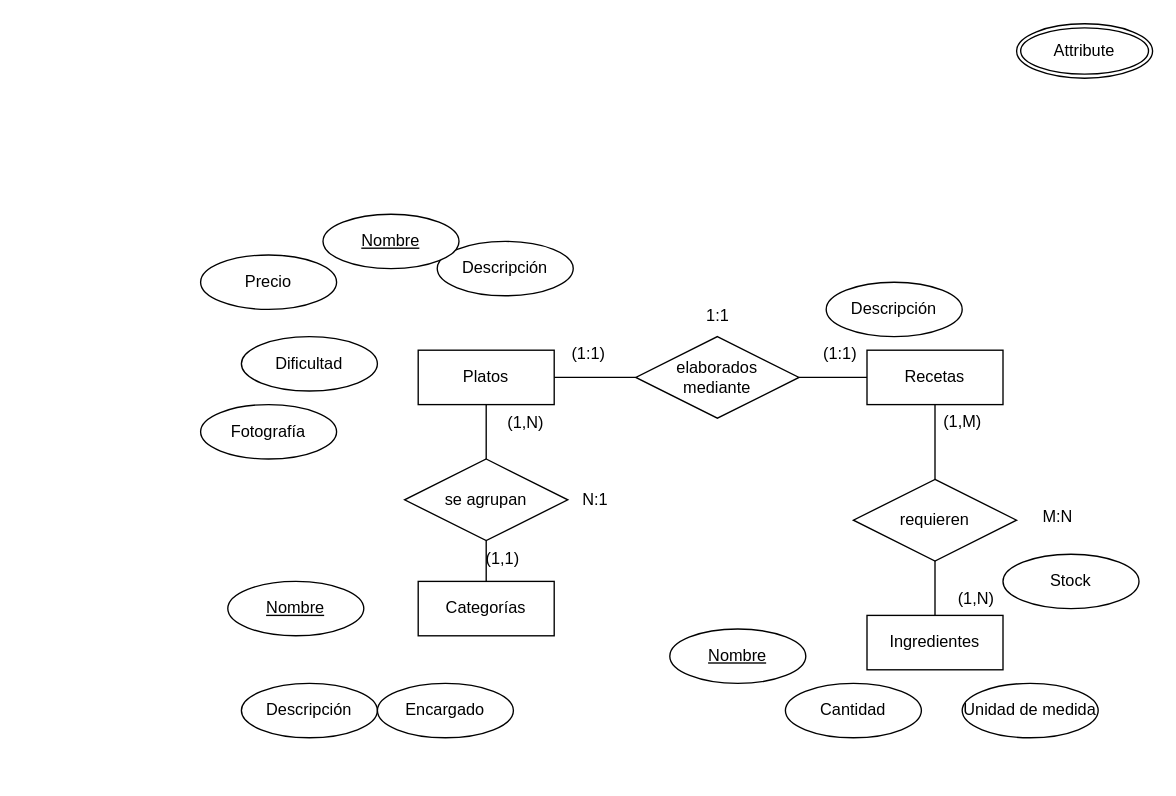
popnoart/popnoart keeps this draw.io diagram as Tarea 02_05 Carta de restaurante.drawio. Above is the earlier version. Source tidied: cells renumbered, new cells numbered last; positions are measured from the earlier drawing's top-left corner, leaving out a move shared by most shapes. Both pictures are drawn from the tidied source at 136%, with x=0, y=0 at pixel (200, 23).
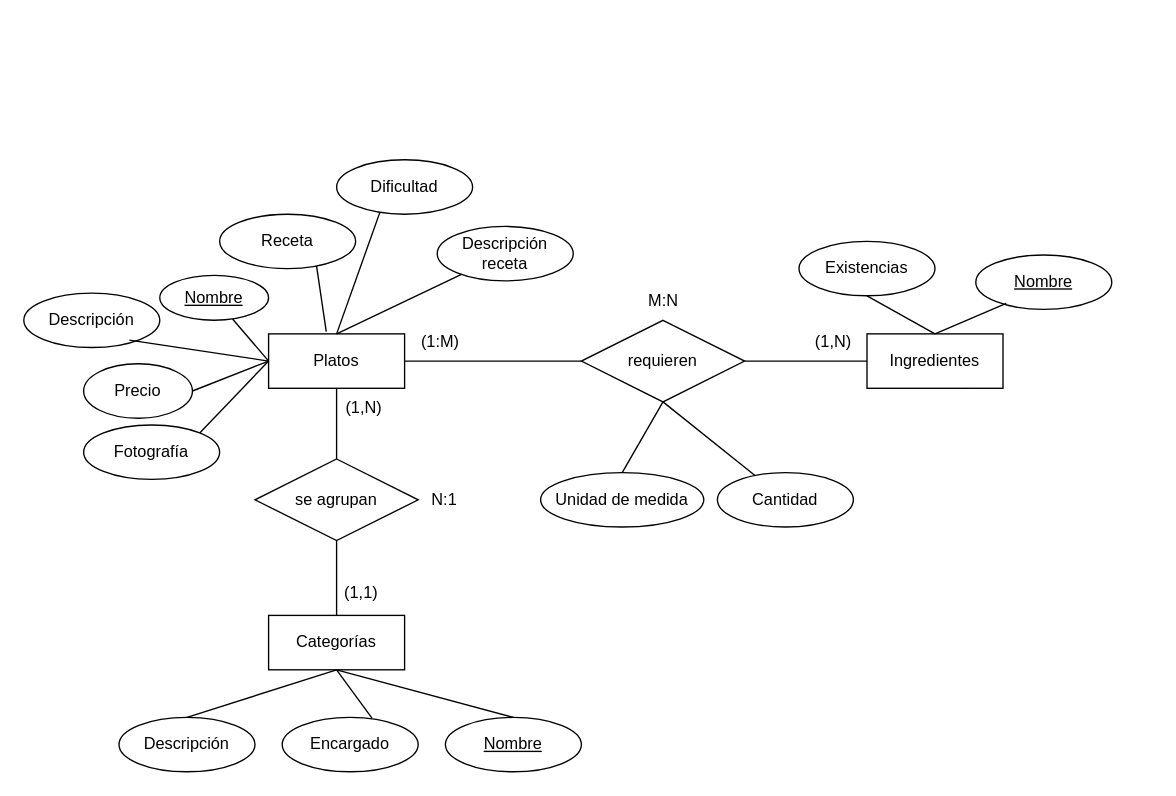
The same page after the edit.

What changed in the source:
```diff
@@
+    <mxCell id="38" style="endArrow=none;html=1;rounded=0;exitX=0.332;exitY=0.87;exitDx=0;exitDy=0;entryX=0.5;entryY=0;entryDx=0;entryDy=0;exitPerimeter=0;" parent="1" edge="1" source="5" target="3">
+      <mxGeometry relative="1" as="geometry" />
+    </mxCell>
+    <mxCell id="39" style="endArrow=none;html=1;rounded=0;entryX=0.712;entryY=0.94;entryDx=0;entryDy=0;exitX=0.424;exitY=-0.04;exitDx=0;exitDy=0;exitPerimeter=0;entryPerimeter=0;" parent="1" edge="1" source="3" target="15">
+      <mxGeometry relative="1" as="geometry" />
+    </mxCell>
@@
     <mxCell id="3" value="Platos" style="whiteSpace=wrap;html=1;align=center;" parent="1" vertex="1">
-      <mxGeometry x="160" y="240" width="100" height="40" as="geometry" />
+      <mxGeometry x="50" y="228" width="100" height="40" as="geometry" />
     </mxCell>
     <mxCell id="4" value="Descripción" style="ellipse;whiteSpace=wrap;html=1;align=center;" parent="1" vertex="1">
-      <mxGeometry x="174" y="160" width="100" height="40" as="geometry" />
+      <mxGeometry x="-130" y="198" width="100" height="40" as="geometry" />
     </mxCell>
     <mxCell id="5" value="Dificultad" style="ellipse;whiteSpace=wrap;html=1;align=center;" parent="1" vertex="1">
-      <mxGeometry x="30" y="230" width="100" height="40" as="geometry" />
+      <mxGeometry x="100" y="100" width="100" height="40" as="geometry" />
     </mxCell>
     <mxCell id="6" value="Fotografía" style="ellipse;whiteSpace=wrap;html=1;align=center;" parent="1" vertex="1">
-      <mxGeometry y="280" width="100" height="40" as="geometry" />
+      <mxGeometry x="-86" y="295" width="100" height="40" as="geometry" />
     </mxCell>
     <mxCell id="7" value="Precio" style="ellipse;whiteSpace=wrap;html=1;align=center;" parent="1" vertex="1">
-      <mxGeometry y="170" width="100" height="40" as="geometry" />
+      <mxGeometry x="-86" y="250" width="80" height="40" as="geometry" />
     </mxCell>
     <mxCell id="8" value="Nombre" style="ellipse;whiteSpace=wrap;html=1;align=center;fontStyle=4;" parent="1" vertex="1">
-      <mxGeometry x="90" y="140" width="100" height="40" as="geometry" />
+      <mxGeometry x="-30" y="185" width="80" height="33" as="geometry" />
     </mxCell>
-    <mxCell id="9" style="edgeStyle=orthogonalEdgeStyle;rounded=0;jettySize=auto;html=1;exitX=0.5;exitY=1;exitDx=0;exitDy=0;entryX=0.5;entryY=0;entryDx=0;entryDy=0;strokeColor=default;align=center;verticalAlign=middle;fontFamily=Helvetica;fontSize=11;fontColor=default;labelBackgroundColor=default;endArrow=none;endFill=0;" parent="1" edge="1" source="10" target="21">
-      <mxGeometry relative="1" as="geometry" />
-    </mxCell>
-    <mxCell id="10" value="Recetas" style="whiteSpace=wrap;html=1;align=center;" parent="1" vertex="1">
-      <mxGeometry x="490" y="240" width="100" height="40" as="geometry" />
-    </mxCell>
@@
-    <mxCell id="12" style="edgeStyle=orthogonalEdgeStyle;rounded=0;jettySize=auto;html=1;exitX=1;exitY=0.5;exitDx=0;exitDy=0;endArrow=none;endFill=0;" parent="1" edge="1" source="13" target="10">
-      <mxGeometry relative="1" as="geometry" />
-    </mxCell>
+    <mxCell id="40" style="edgeStyle=orthogonalEdgeStyle;rounded=0;jettySize=auto;html=1;exitX=1;exitY=0.5;exitDx=0;exitDy=0;entryX=0;entryY=0.5;entryDx=0;entryDy=0;endArrow=none;endFill=0;" parent="1" edge="1" source="13" target="19">
+      <mxGeometry relative="1" as="geometry" />
+    </mxCell>
-    <mxCell id="13" value="elaborados&lt;br&gt;mediante" style="shape=rhombus;perimeter=rhombusPerimeter;whiteSpace=wrap;html=1;align=center;" parent="1" vertex="1">
-      <mxGeometry x="320" y="230" width="120" height="60" as="geometry" />
+    <mxCell id="13" value="requieren" style="shape=rhombus;perimeter=rhombusPerimeter;whiteSpace=wrap;html=1;align=center;" parent="1" vertex="1">
+      <mxGeometry x="280" y="218" width="120" height="60" as="geometry" />
     </mxCell>
     <mxCell id="14" value="Descripción" style="ellipse;whiteSpace=wrap;html=1;align=center;" parent="1" vertex="1">
-      <mxGeometry x="30" y="485" width="100" height="40" as="geometry" />
+      <mxGeometry x="-60" y="510" width="100" height="40" as="geometry" />
     </mxCell>
-    <mxCell id="15" value="Descripción" style="ellipse;whiteSpace=wrap;html=1;align=center;" parent="1" vertex="1">
-      <mxGeometry x="460" y="190" width="100" height="40" as="geometry" />
+    <mxCell id="15" value="Receta" style="ellipse;whiteSpace=wrap;html=1;align=center;" parent="1" vertex="1">
+      <mxGeometry x="14" y="140" width="100" height="40" as="geometry" />
     </mxCell>
     <mxCell id="16" value="Unidad de medida" style="ellipse;whiteSpace=wrap;html=1;align=center;" parent="1" vertex="1">
-      <mxGeometry x="560" y="485" width="100" height="40" as="geometry" />
+      <mxGeometry x="250" y="330" width="120" height="40" as="geometry" />
     </mxCell>
     <mxCell id="17" value="Cantidad" style="ellipse;whiteSpace=wrap;html=1;align=center;" parent="1" vertex="1">
-      <mxGeometry x="430" y="485" width="100" height="40" as="geometry" />
+      <mxGeometry x="380" y="330" width="100" height="40" as="geometry" />
     </mxCell>
-    <mxCell id="18" value="Attribute" style="ellipse;shape=doubleEllipse;margin=3;whiteSpace=wrap;html=1;align=center;" parent="1" vertex="1">
-      <mxGeometry x="600" width="100" height="40" as="geometry" />
-    </mxCell>
+    <mxCell id="41" style="edgeStyle=orthogonalEdgeStyle;rounded=0;jettySize=auto;html=1;exitX=0.75;exitY=1;exitDx=0;exitDy=0;" parent="1" edge="1" source="19">
+      <mxGeometry relative="1" as="geometry">
+        <mxPoint x="560" y="230" as="targetPoint" />
+      </mxGeometry>
+    </mxCell>
     <mxCell id="19" value="Ingredientes" style="whiteSpace=wrap;html=1;align=center;" parent="1" vertex="1">
-      <mxGeometry x="490" y="435" width="100" height="40" as="geometry" />
+      <mxGeometry x="490" y="228" width="100" height="40" as="geometry" />
     </mxCell>
-    <mxCell id="20" style="edgeStyle=orthogonalEdgeStyle;rounded=0;jettySize=auto;html=1;exitX=0.5;exitY=1;exitDx=0;exitDy=0;strokeColor=default;align=center;verticalAlign=middle;fontFamily=Helvetica;fontSize=11;fontColor=default;labelBackgroundColor=default;endArrow=none;endFill=0;" parent="1" edge="1" source="21" target="19">
-      <mxGeometry relative="1" as="geometry" />
-    </mxCell>
-    <mxCell id="21" value="requieren" style="shape=rhombus;perimeter=rhombusPerimeter;whiteSpace=wrap;html=1;align=center;" parent="1" vertex="1">
-      <mxGeometry x="480" y="335" width="120" height="60" as="geometry" />
-    </mxCell>
-    <mxCell id="22" value="Stock" style="ellipse;whiteSpace=wrap;html=1;align=center;" parent="1" vertex="1">
-      <mxGeometry x="590" y="390" width="100" height="40" as="geometry" />
+    <mxCell id="22" value="Existencias" style="ellipse;whiteSpace=wrap;html=1;align=center;" parent="1" vertex="1">
+      <mxGeometry x="440" y="160" width="100" height="40" as="geometry" />
     </mxCell>
-    <mxCell id="23" value="Nombre" style="ellipse;whiteSpace=wrap;html=1;align=center;fontStyle=4;" parent="1" vertex="1">
-      <mxGeometry x="345" y="445" width="100" height="40" as="geometry" />
-    </mxCell>
     <mxCell id="24" value="Categorías" style="whiteSpace=wrap;html=1;align=center;" parent="1" vertex="1">
-      <mxGeometry x="160" y="410" width="100" height="40" as="geometry" />
+      <mxGeometry x="50" y="435" width="100" height="40" as="geometry" />
     </mxCell>
@@
     <mxCell id="26" value="se agrupan" style="shape=rhombus;perimeter=rhombusPerimeter;whiteSpace=wrap;html=1;align=center;" parent="1" vertex="1">
-      <mxGeometry x="150" y="320" width="120" height="60" as="geometry" />
+      <mxGeometry x="40" y="320" width="120" height="60" as="geometry" />
     </mxCell>
     <mxCell id="27" value="Nombre" style="ellipse;whiteSpace=wrap;html=1;align=center;fontStyle=4;" parent="1" vertex="1">
-      <mxGeometry x="20" y="410" width="100" height="40" as="geometry" />
+      <mxGeometry x="180" y="510" width="100" height="40" as="geometry" />
     </mxCell>
     <mxCell id="28" value="Encargado" style="ellipse;whiteSpace=wrap;html=1;align=center;" parent="1" vertex="1">
-      <mxGeometry x="130" y="485" width="100" height="40" as="geometry" />
+      <mxGeometry x="60" y="510" width="100" height="40" as="geometry" />
     </mxCell>
     <mxCell id="29" value="(1,1)" style="text;strokeColor=none;fillColor=none;spacingLeft=4;spacingRight=4;overflow=hidden;fontSize=12;whiteSpace=wrap;html=1;" parent="1" vertex="1">
-      <mxGeometry x="204" y="380" width="40" height="30" as="geometry" />
+      <mxGeometry x="100" y="405" width="40" height="30" as="geometry" />
     </mxCell>
     <mxCell id="30" value="(1,N)" style="text;strokeColor=none;fillColor=none;spacingLeft=4;spacingRight=4;overflow=hidden;fontSize=12;whiteSpace=wrap;html=1;" parent="1" vertex="1">
-      <mxGeometry x="220" y="280" width="40" height="30" as="geometry" />
+      <mxGeometry x="101" y="269" width="40" height="30" as="geometry" />
     </mxCell>
     <mxCell id="31" value="N:1" style="text;html=1;align=center;verticalAlign=middle;strokeColor=none;fillColor=none;" parent="1" vertex="1">
-      <mxGeometry x="270" y="335" width="40" height="30" as="geometry" />
+      <mxGeometry x="159" y="335" width="40" height="30" as="geometry" />
     </mxCell>
-    <mxCell id="32" value="(1:1)" style="text;html=1;align=center;verticalAlign=middle;strokeColor=none;fillColor=none;" parent="1" vertex="1">
-      <mxGeometry x="445" y="228" width="50" height="30" as="geometry" />
-    </mxCell>
-    <mxCell id="33" value="(1:1)" style="text;html=1;align=center;verticalAlign=middle;strokeColor=none;fillColor=none;" parent="1" vertex="1">
-      <mxGeometry x="260" y="228" width="50" height="30" as="geometry" />
+    <mxCell id="33" value="(1:M)" style="text;html=1;align=center;verticalAlign=middle;strokeColor=none;fillColor=none;" parent="1" vertex="1">
+      <mxGeometry x="151" y="219" width="50" height="30" as="geometry" />
     </mxCell>
-    <mxCell id="34" value="1:1" style="text;html=1;align=center;verticalAlign=middle;strokeColor=none;fillColor=none;" parent="1" vertex="1">
-      <mxGeometry x="360" y="200" width="40" height="30" as="geometry" />
-    </mxCell>
-    <mxCell id="35" value="(1,N)" style="text;html=1;align=center;verticalAlign=middle;strokeColor=none;fillColor=none;" parent="1" vertex="1">
-      <mxGeometry x="545" y="408" width="50" height="30" as="geometry" />
-    </mxCell>
-    <mxCell id="36" value="(1,M)" style="text;html=1;align=center;verticalAlign=middle;strokeColor=none;fillColor=none;" parent="1" vertex="1">
-      <mxGeometry x="535" y="278" width="50" height="30" as="geometry" />
+    <mxCell id="36" value="(1,N)" style="text;html=1;align=center;verticalAlign=middle;strokeColor=none;fillColor=none;" parent="1" vertex="1">
+      <mxGeometry x="440" y="219" width="50" height="30" as="geometry" />
     </mxCell>
     <mxCell id="37" value="M:N" style="text;html=1;align=center;verticalAlign=middle;strokeColor=none;fillColor=none;" parent="1" vertex="1">
-      <mxGeometry x="605" y="348" width="50" height="30" as="geometry" />
+      <mxGeometry x="315" y="189" width="50" height="30" as="geometry" />
     </mxCell>
+    <mxCell id="42" style="endArrow=none;html=1;rounded=0;entryX=0;entryY=0.5;entryDx=0;entryDy=0;" parent="1" edge="1" source="8" target="3">
+      <mxGeometry relative="1" as="geometry" />
+    </mxCell>
+    <mxCell id="43" style="endArrow=none;html=1;rounded=0;entryX=0.776;entryY=0.865;entryDx=0;entryDy=0;exitX=0;exitY=0.5;exitDx=0;exitDy=0;entryPerimeter=0;" parent="1" edge="1" source="3" target="4">
+      <mxGeometry relative="1" as="geometry" />
+    </mxCell>
+    <mxCell id="44" style="endArrow=none;html=1;rounded=0;exitX=1;exitY=0.5;exitDx=0;exitDy=0;entryX=0;entryY=0.5;entryDx=0;entryDy=0;" parent="1" edge="1" source="7" target="3">
+      <mxGeometry relative="1" as="geometry" />
+    </mxCell>
+    <mxCell id="45" style="endArrow=none;html=1;rounded=0;entryX=0;entryY=0.5;entryDx=0;entryDy=0;exitX=1;exitY=0;exitDx=0;exitDy=0;" parent="1" edge="1" source="6" target="3">
+      <mxGeometry relative="1" as="geometry" />
+    </mxCell>
+    <mxCell id="46" style="endArrow=none;html=1;rounded=0;exitX=0.5;exitY=1;exitDx=0;exitDy=0;" parent="1" edge="1" source="13" target="17">
+      <mxGeometry relative="1" as="geometry" />
+    </mxCell>
+    <mxCell id="47" style="endArrow=none;html=1;rounded=0;entryX=0.5;entryY=0;entryDx=0;entryDy=0;exitX=0.5;exitY=1;exitDx=0;exitDy=0;" parent="1" edge="1" source="13" target="16">
+      <mxGeometry relative="1" as="geometry" />
+    </mxCell>
+    <mxCell id="48" value="Descripción&lt;div&gt;receta&lt;/div&gt;" style="ellipse;whiteSpace=wrap;html=1;align=center;" parent="1" vertex="1">
+      <mxGeometry x="174" y="149" width="100" height="40" as="geometry" />
+    </mxCell>
+    <mxCell id="23" value="Nombre" style="ellipse;whiteSpace=wrap;html=1;align=center;fontStyle=4;" parent="1" vertex="1">
+      <mxGeometry x="570" y="170" width="100" height="40" as="geometry" />
+    </mxCell>
+    <mxCell id="49" style="endArrow=none;html=1;rounded=0;entryX=0.5;entryY=0;entryDx=0;entryDy=0;" parent="1" edge="1" source="48" target="3">
+      <mxGeometry relative="1" as="geometry" />
+    </mxCell>
+    <mxCell id="50" style="endArrow=none;html=1;rounded=0;exitX=0.5;exitY=1;exitDx=0;exitDy=0;entryX=0.5;entryY=0;entryDx=0;entryDy=0;" parent="1" edge="1" source="22" target="19">
+      <mxGeometry relative="1" as="geometry" />
+    </mxCell>
+    <mxCell id="51" style="endArrow=none;html=1;rounded=0;exitX=0.224;exitY=0.89;exitDx=0;exitDy=0;exitPerimeter=0;entryX=0.5;entryY=0;entryDx=0;entryDy=0;" parent="1" edge="1" source="23" target="19">
+      <mxGeometry relative="1" as="geometry" />
+    </mxCell>
+    <mxCell id="52" style="endArrow=none;html=1;rounded=0;exitX=0.5;exitY=0;exitDx=0;exitDy=0;entryX=0.5;entryY=1;entryDx=0;entryDy=0;" parent="1" edge="1" source="27" target="24">
+      <mxGeometry relative="1" as="geometry" />
+    </mxCell>
+    <mxCell id="53" style="endArrow=none;html=1;rounded=0;exitX=0.5;exitY=1;exitDx=0;exitDy=0;entryX=0.66;entryY=0.015;entryDx=0;entryDy=0;entryPerimeter=0;" parent="1" edge="1" source="24" target="28">
+      <mxGeometry relative="1" as="geometry" />
+    </mxCell>
+    <mxCell id="54" style="endArrow=none;html=1;rounded=0;exitX=0.5;exitY=1;exitDx=0;exitDy=0;entryX=0.5;entryY=0;entryDx=0;entryDy=0;" parent="1" edge="1" source="24" target="14">
+      <mxGeometry relative="1" as="geometry" />
+    </mxCell>
```
